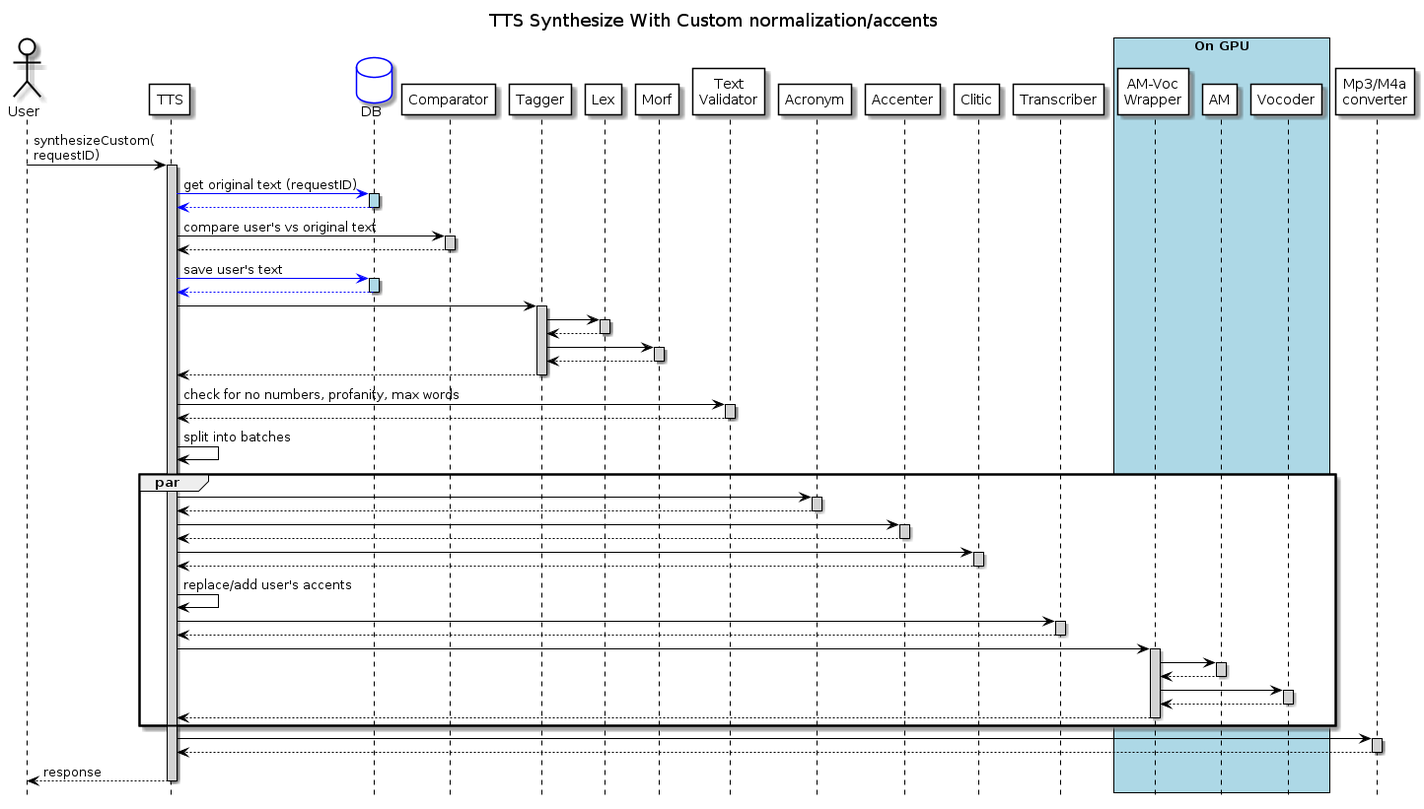
Earlier version of the PlantUML export info/tts.custom.png (airenas/tts-line).
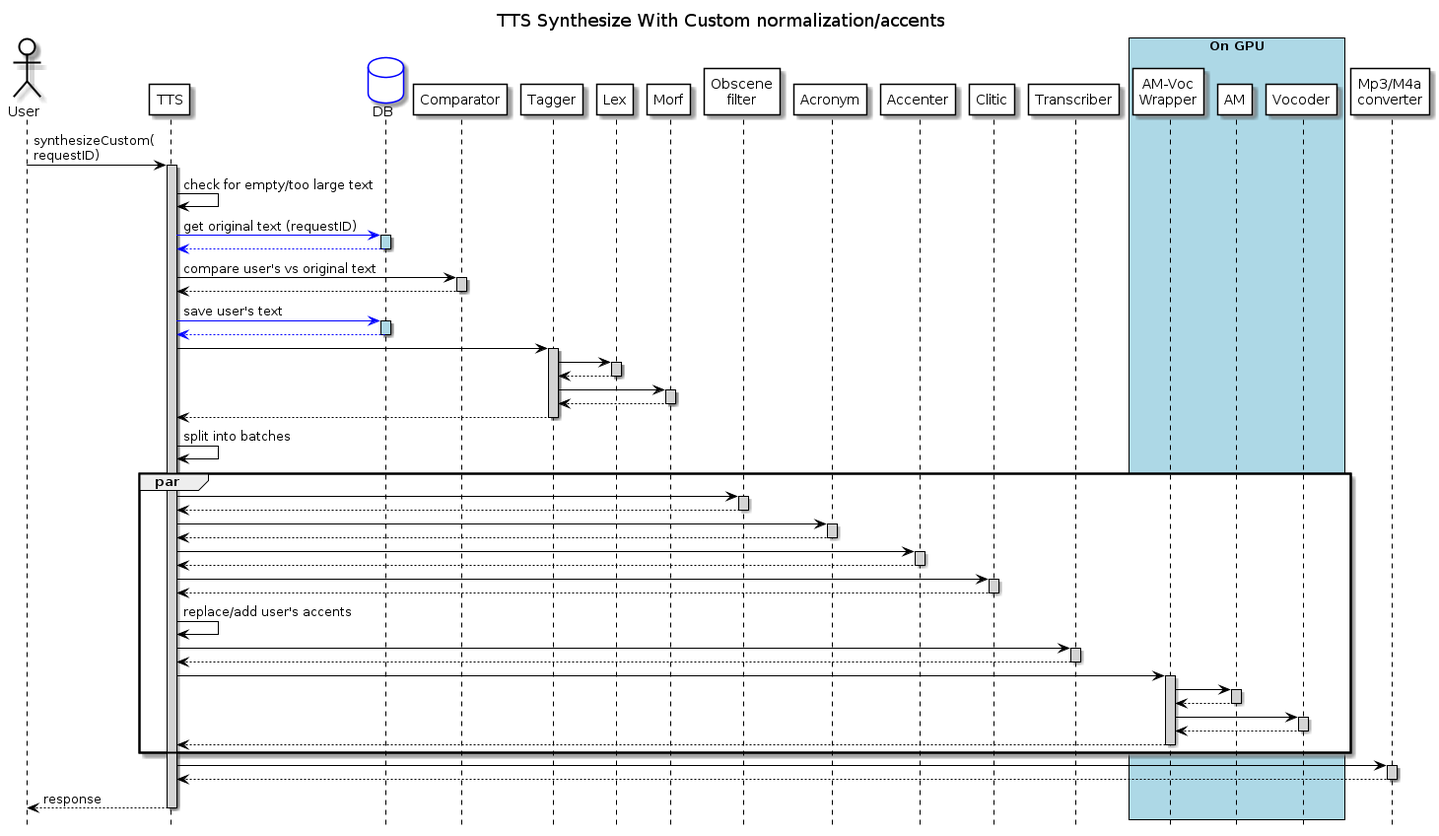
The same diagram one commit later.

Commit message:
Move validator up to the top of the  line

What changed in the source:
```diff
@@ -27,7 +27,7 @@
 participant "Tagger" as tagger
 participant "Lex" as lex
 participant "Morf" as morf
-participant "Text\nValidator" as validator
+participant "Obscene\nfilter" as obscene
 participant "Acronym" as acronym
 participant "Accenter" as accenter
 participant "Clitic" as clitic
@@ -43,10 +43,13 @@
 User -> tts: synthesizeCustom(\nrequestID)
 activate tts
 
+tts -> tts: check for empty/too large text
+
 tts -[#blue]> DB: get original text (requestID)
 activate DB #lightblue
 DB -[#blue]-> tts:
 deactivate DB
+
 
 tts -> comparator: compare user's vs original text
 activate comparator
@@ -73,14 +76,14 @@
 tagger --> tts:
 deactivate tagger
 
-tts -> validator: check for no numbers, profanity, max words
-activate validator
-validator --> tts:
-deactivate validator
-
 tts -> tts: split into batches
 
 par
+
+tts->obscene
+activate obscene
+obscene --> tts:
+deactivate obscene
 
 tts -> acronym:
 activate acronym
```
